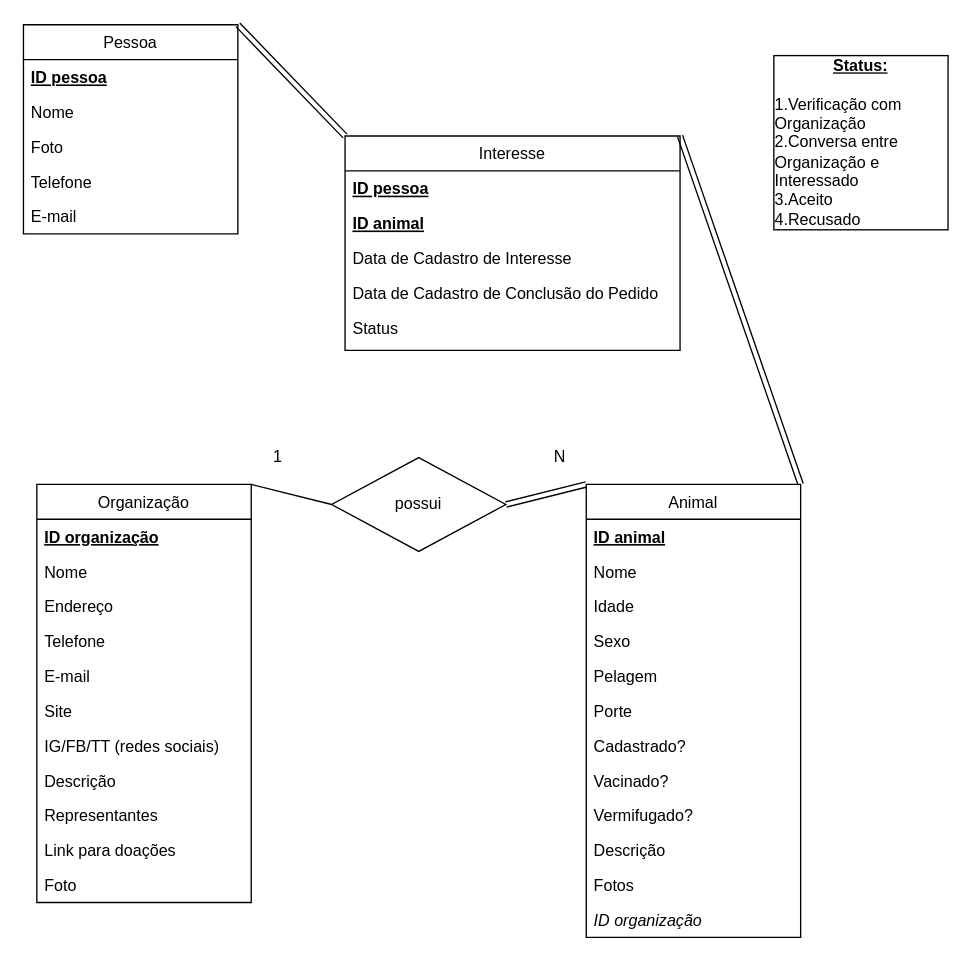
caiocaldeira3/PuppyFinder keeps this draw.io diagram as db/ER-BD-PuppyFinder.drawio. Above is the earlier version. Source tidied: cells renumbered, new cells numbered last; positions are measured from the earlier drawing's top-left corner, leaving out a move shared by most shapes. Both pictures are drawn from the tidied source at 134%, with x=0, y=0 at pixel (23, 24).
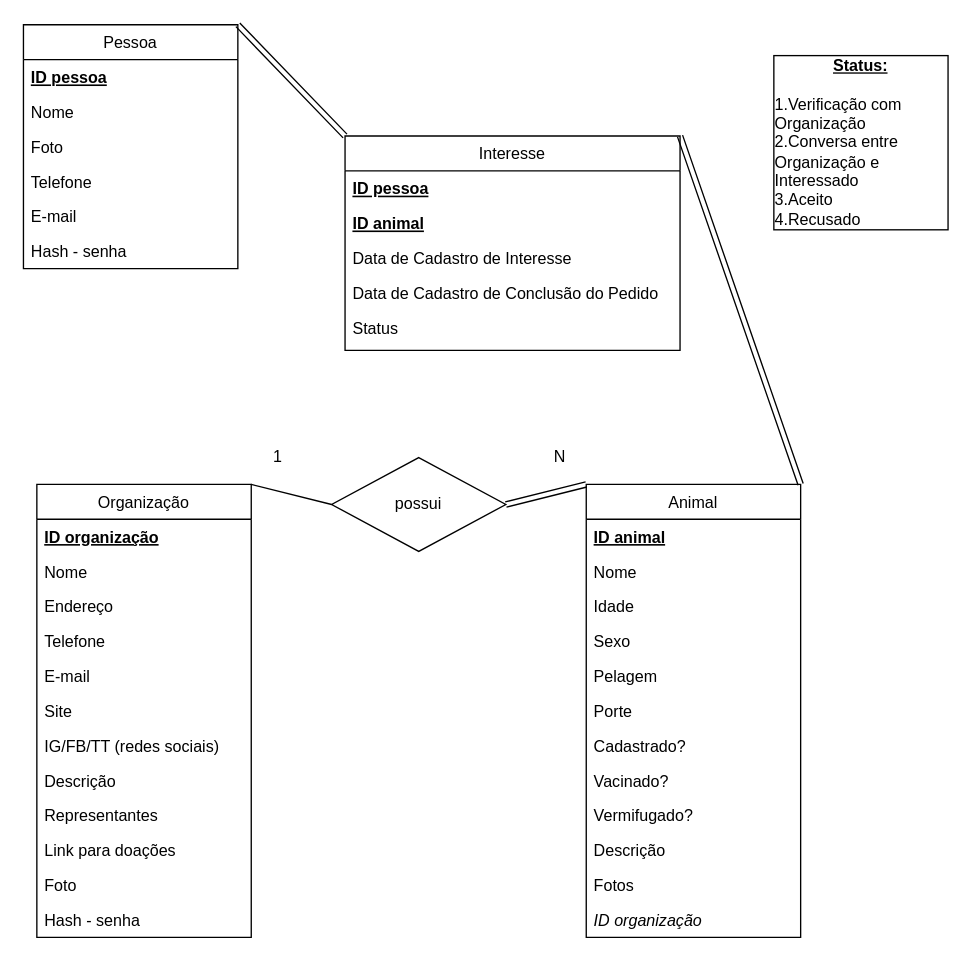
Above is the later version.

Commit message (it also covers changes not shown here):
senha_hash adicionado ao BD

Change to the diagram source:
```diff
@@
     <mxCell id="2" value="Pessoa" style="swimlane;fontStyle=0;align=center;verticalAlign=top;horizontal=1;startSize=26;rounded=0;shadow=0;strokeWidth=1;" parent="1" vertex="1">
-      <mxGeometry width="160" height="156" as="geometry" />
+      <mxGeometry width="160" height="182" as="geometry" />
     </mxCell>
@@
+    <mxCell id="47" value="Hash - senha" style="text;align=left;verticalAlign=top;spacingLeft=4;spacingRight=4;overflow=hidden;" parent="2" vertex="1">
+      <mxGeometry y="156" width="160" height="26" as="geometry" />
+    </mxCell>
     <mxCell id="8" value="Organização" style="swimlane;fontStyle=0;align=center;verticalAlign=top;horizontal=1;startSize=26;rounded=0;shadow=0;strokeWidth=1;" parent="1" vertex="1">
-      <mxGeometry x="10" y="343" width="160" height="312" as="geometry" />
+      <mxGeometry x="10" y="343" width="160" height="338" as="geometry" />
     </mxCell>
@@
+    <mxCell id="48" value="Hash - senha" style="text;align=left;verticalAlign=top;spacingLeft=4;spacingRight=4;overflow=hidden;" parent="8" vertex="1">
+      <mxGeometry y="312" width="160" height="26" as="geometry" />
+    </mxCell>
```
